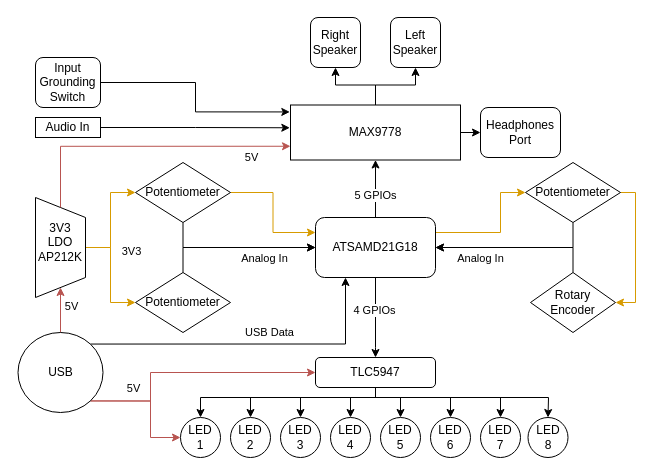
amohideen99/TheVolumeMixer keeps this draw.io diagram as ArchitectureOverview.drawio. Above is the earlier version. Source tidied: cells renumbered, new cells numbered last; positions are measured from the earlier drawing's top-left corner, leaving out a move shared by most shapes. Both pictures are drawn from the tidied source at 100%, with x=0, y=0 at pixel (10, 17).
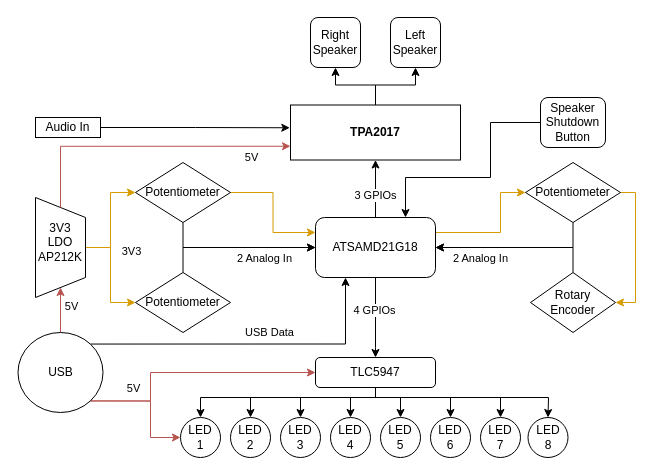
The same page after the edit.

Commit message (it also covers changes not shown here):
changed architecture and speaker amp choice

The change refers to these unchanged cells:
```xml
<mxCell id="12" style="edgeStyle=orthogonalEdgeStyle;rounded=0;jettySize=auto;html=1;exitX=0.5;exitY=0;exitDx=0;exitDy=0;entryX=0.5;entryY=1;entryDx=0;entryDy=0;" parent="1" edge="1" source="15" target="7">
  <mxGeometry relative="1" as="geometry" />
</mxCell>
<mxCell id="15" value="ATSAMD21G18" style="rounded=1;whiteSpace=wrap;html=1;" parent="1" vertex="1">
  <mxGeometry x="305" y="200" width="120" height="60" as="geometry" />
</mxCell>
<mxCell id="35" style="edgeStyle=orthogonalEdgeStyle;rounded=0;jettySize=auto;html=1;exitX=0.5;exitY=0;exitDx=0;exitDy=0;entryX=0;entryY=0.5;entryDx=0;entryDy=0;startArrow=none;startFill=0;endArrow=classic;endFill=1;" parent="1" edge="1" source="61" target="15">
  <mxGeometry relative="1" as="geometry">
    <Array as="points">
      <mxPoint x="173" y="230" />
    </Array>
  </mxGeometry>
</mxCell>
<mxCell id="39" style="edgeStyle=orthogonalEdgeStyle;rounded=0;jettySize=auto;html=1;exitX=0.5;exitY=0;exitDx=0;exitDy=0;entryX=1;entryY=0.5;entryDx=0;entryDy=0;startArrow=none;startFill=0;endArrow=classic;endFill=1;fontColor=#000000;" parent="1" edge="1" source="41" target="15">
  <mxGeometry relative="1" as="geometry" />
</mxCell>
```

What changed in the source:
```diff
@@
-    <mxCell id="4" style="edgeStyle=orthogonalEdgeStyle;rounded=0;jettySize=auto;html=1;exitX=1;exitY=0.5;exitDx=0;exitDy=0;" parent="1" edge="1" source="7">
-      <mxGeometry relative="1" as="geometry">
-        <mxPoint x="470" y="115" as="targetPoint" />
-      </mxGeometry>
-    </mxCell>
@@
-    <mxCell id="7" value="MAX9778" style="rounded=0;whiteSpace=wrap;html=1;" parent="1" vertex="1">
+    <mxCell id="7" value="&lt;b&gt;TPA2017&lt;/b&gt;" style="rounded=0;whiteSpace=wrap;html=1;" parent="1" vertex="1">
       <mxGeometry x="280" y="87.5" width="170" height="55" as="geometry" />
     </mxCell>
@@
-    <mxCell id="9" value="Headphones&lt;br&gt;Port" style="rounded=1;whiteSpace=wrap;html=1;" parent="1" vertex="1">
-      <mxGeometry x="470" y="90" width="80" height="50" as="geometry" />
-    </mxCell>
@@
-    <mxCell id="13" value="5 GPIOs" style="edgeLabel;html=1;align=center;verticalAlign=middle;" parent="12" vertex="1">
+    <mxCell id="13" value="3 GPIOs" style="edgeLabel;html=1;align=center;verticalAlign=middle;" parent="12" vertex="1">
       <mxGeometry x="-0.2" y="1" relative="1" as="geometry" />
     </mxCell>
@@
-    <mxCell id="36" value="Analog In" style="edgeLabel;html=1;align=center;verticalAlign=middle;" parent="35" vertex="1">
+    <mxCell id="36" value="2 Analog In" style="edgeLabel;html=1;align=center;verticalAlign=middle;" parent="35" vertex="1">
       <mxGeometry x="0.26" y="2" relative="1" as="geometry">
         <mxPoint x="7.2" y="12" as="offset" />
       </mxGeometry>
     </mxCell>
@@
-    <mxCell id="40" value="Analog In" style="edgeLabel;html=1;align=center;verticalAlign=middle;fontColor=#000000;" parent="39" vertex="1">
+    <mxCell id="40" value="2 Analog In" style="edgeLabel;html=1;align=center;verticalAlign=middle;fontColor=#000000;" parent="39" vertex="1">
       <mxGeometry x="0.61" relative="1" as="geometry">
         <mxPoint x="13.3" y="10" as="offset" />
       </mxGeometry>
     </mxCell>
@@
-    <mxCell id="59" style="edgeStyle=orthogonalEdgeStyle;rounded=0;jettySize=auto;html=1;exitX=1;exitY=0.5;exitDx=0;exitDy=0;entryX=-0.004;entryY=0.126;entryDx=0;entryDy=0;entryPerimeter=0;" parent="1" edge="1" source="60" target="7">
-      <mxGeometry relative="1" as="geometry" />
-    </mxCell>
+    <mxCell id="63" style="edgeStyle=orthogonalEdgeStyle;rounded=0;jettySize=auto;html=1;exitX=0;exitY=0.5;exitDx=0;exitDy=0;entryX=0.75;entryY=0;entryDx=0;entryDy=0;" parent="1" edge="1" source="60" target="15">
+      <mxGeometry relative="1" as="geometry">
+        <Array as="points">
+          <mxPoint x="480" y="105" />
+          <mxPoint x="480" y="160" />
+          <mxPoint x="395" y="160" />
+        </Array>
+      </mxGeometry>
+    </mxCell>
-    <mxCell id="60" value="Input Grounding Switch" style="rounded=1;whiteSpace=wrap;html=1;" parent="1" vertex="1">
-      <mxGeometry x="25" y="40" width="65" height="50" as="geometry" />
+    <mxCell id="60" value="Speaker&lt;br&gt;Shutdown Button" style="rounded=1;whiteSpace=wrap;html=1;" parent="1" vertex="1">
+      <mxGeometry x="530" y="80" width="65" height="50" as="geometry" />
     </mxCell>
```
